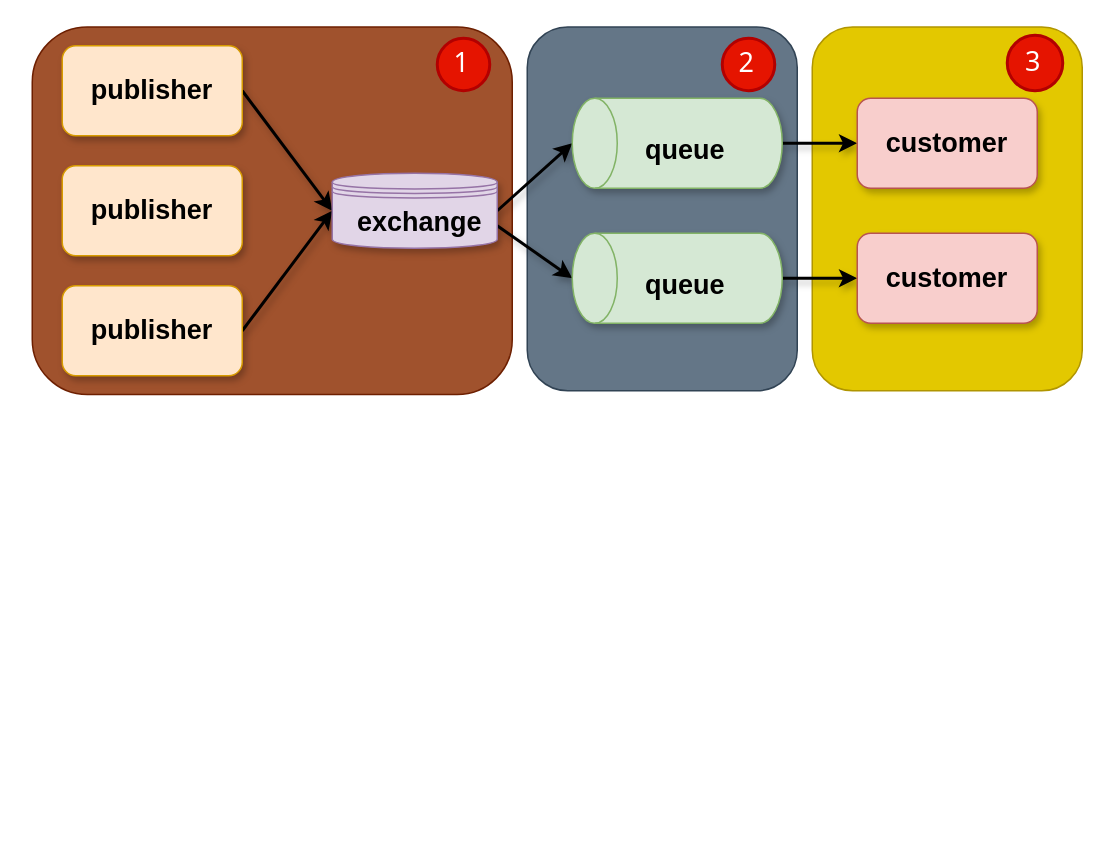
Before: RabbitMQ.drawio in C-wx/MindManager, a draw.io diagram. Source tidied: cells renumbered, new cells numbered last; positions are measured from the earlier drawing's top-left corner, leaving out a move shared by most shapes. Both pictures are drawn from the tidied source at 150%, with x=0, y=0 at pixel (32, 27). Pictures stored in the file or linked from it are replaced by grey dashed boxes.
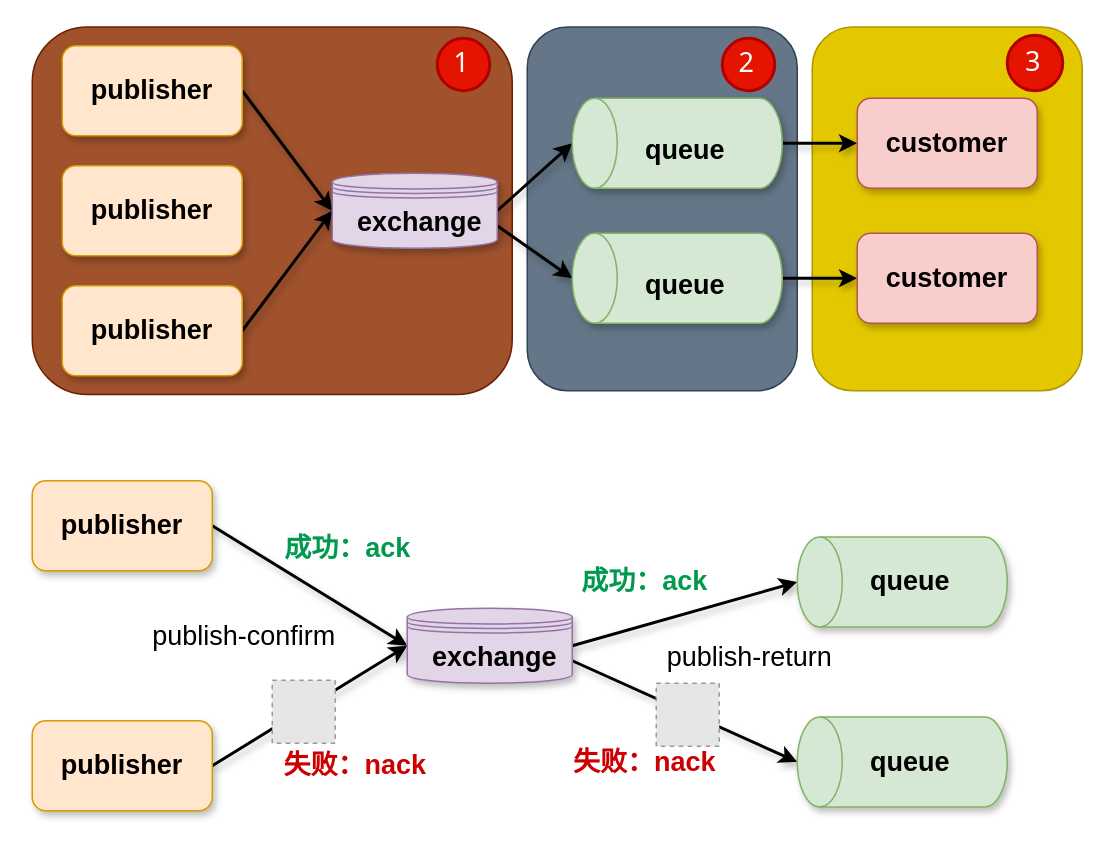
The same page after the edit.

Diff of the diagram source:
```diff
@@
+    <mxCell id="25" style="rounded=0;jettySize=auto;html=1;exitX=1;exitY=0.5;exitDx=0;exitDy=0;entryX=0;entryY=0.5;entryDx=0;entryDy=0;fontFamily=JetBrains Mono;fontSize=18;strokeWidth=2;shadow=1;sketch=0;" parent="1" edge="1" source="27" target="33">
+      <mxGeometry relative="1" as="geometry" />
+    </mxCell>
+    <mxCell id="26" value="publish-confirm" style="edgeLabel;html=1;align=center;verticalAlign=middle;fontSize=18;fontFamily=JetBrains Mono;" parent="25" vertex="1">
+      <mxGeometry x="-0.22" y="1" relative="1" as="geometry">
+        <mxPoint x="-31" y="43" as="offset" />
+      </mxGeometry>
+    </mxCell>
+    <mxCell id="27" value="publisher" style="rounded=1;whiteSpace=wrap;html=1;fontFamily=JetBrains Mono;fontSize=18;fontStyle=1;sketch=0;fillColor=#ffe6cc;strokeColor=#d79b00;shadow=1;" parent="1" vertex="1">
+      <mxGeometry y="302" width="120" height="60" as="geometry" />
+    </mxCell>
+    <mxCell id="28" style="edgeStyle=none;rounded=0;sketch=0;jettySize=auto;html=1;exitX=1;exitY=0.5;exitDx=0;exitDy=0;entryX=0;entryY=0.5;entryDx=0;entryDy=0;shadow=1;fontFamily=JetBrains Mono;fontSize=18;fontColor=#000000;strokeWidth=2;" parent="1" edge="1" source="29" target="33">
+      <mxGeometry relative="1" as="geometry" />
+    </mxCell>
+    <mxCell id="29" value="publisher" style="rounded=1;whiteSpace=wrap;html=1;fontFamily=JetBrains Mono;fontSize=18;fontStyle=1;sketch=0;fillColor=#ffe6cc;strokeColor=#d79b00;shadow=1;" parent="1" vertex="1">
+      <mxGeometry y="462" width="120" height="60" as="geometry" />
+    </mxCell>
+    <mxCell id="30" style="edgeStyle=none;rounded=0;jettySize=auto;html=1;exitX=1;exitY=0.5;exitDx=0;exitDy=0;fontFamily=JetBrains Mono;fontSize=18;entryX=0.5;entryY=0;entryDx=0;entryDy=0;entryPerimeter=0;strokeWidth=2;shadow=1;sketch=0;" parent="1" edge="1" source="33" target="34">
+      <mxGeometry relative="1" as="geometry" />
+    </mxCell>
+    <mxCell id="31" value="publish-return" style="edgeLabel;html=1;align=center;verticalAlign=middle;fontSize=18;fontFamily=JetBrains Mono;fontColor=#000000;" parent="30" vertex="1">
+      <mxGeometry x="-0.39" relative="1" as="geometry">
+        <mxPoint x="71" y="21" as="offset" />
+      </mxGeometry>
+    </mxCell>
+    <mxCell id="32" style="edgeStyle=none;rounded=0;jettySize=auto;html=1;exitX=1;exitY=0.7;exitDx=0;exitDy=0;entryX=0.5;entryY=0;entryDx=0;entryDy=0;entryPerimeter=0;fontFamily=JetBrains Mono;fontSize=18;strokeWidth=2;shadow=1;sketch=0;" parent="1" edge="1" source="33" target="36">
+      <mxGeometry relative="1" as="geometry" />
+    </mxCell>
+    <mxCell id="33" style="shape=datastore;whiteSpace=wrap;html=1;rounded=1;shadow=1;glass=0;labelBackgroundColor=#ffffff;sketch=0;disableMultiStroke=0;disableMultiStrokeFill=0;fontFamily=JetBrains Mono;fontSize=14;fillColor=#e1d5e7;verticalAlign=middle;strokeColor=#9673a6;" parent="1" vertex="1">
+      <mxGeometry x="250" y="387" width="110" height="50" as="geometry" />
+    </mxCell>
+    <mxCell id="34" style="shape=cylinder3;whiteSpace=wrap;html=1;boundedLbl=1;backgroundOutline=1;size=15;sketch=0;fontFamily=JetBrains Mono;fontSize=18;rotation=-90;fillColor=#d5e8d4;strokeColor=#82b366;shadow=1;" parent="1" vertex="1">
+      <mxGeometry x="550" y="299.5" width="60" height="140" as="geometry" />
+    </mxCell>
+    <mxCell id="35" value="&lt;b&gt;queue&lt;/b&gt;" style="text;html=1;align=center;verticalAlign=middle;strokeColor=none;fillColor=none;fontSize=18;fontFamily=JetBrains Mono;shadow=1;sketch=0;" parent="1" vertex="1">
+      <mxGeometry x="550" y="354" width="70" height="30" as="geometry" />
+    </mxCell>
+    <mxCell id="36" style="shape=cylinder3;whiteSpace=wrap;html=1;boundedLbl=1;backgroundOutline=1;size=15;sketch=0;fontFamily=JetBrains Mono;fontSize=18;rotation=-90;fillColor=#d5e8d4;strokeColor=#82b366;shadow=1;" parent="1" vertex="1">
+      <mxGeometry x="550" y="419.5" width="60" height="140" as="geometry" />
+    </mxCell>
+    <mxCell id="37" value="&lt;b&gt;queue&lt;/b&gt;" style="text;html=1;align=center;verticalAlign=middle;strokeColor=none;fillColor=none;fontSize=18;fontFamily=JetBrains Mono;shadow=1;sketch=0;" parent="1" vertex="1">
+      <mxGeometry x="550" y="474.5" width="70" height="30" as="geometry" />
+    </mxCell>
+    <mxCell id="38" value="&lt;b&gt;exchange&lt;/b&gt;" style="text;html=1;align=center;verticalAlign=middle;strokeColor=none;fillColor=none;fontSize=18;fontFamily=JetBrains Mono;" parent="1" vertex="1">
+      <mxGeometry x="258" y="405" width="100" height="30" as="geometry" />
+    </mxCell>
+    <mxCell id="39" value="成功：ack" style="text;html=1;align=center;verticalAlign=middle;strokeColor=none;fillColor=none;fontSize=18;fontFamily=JetBrains Mono;fontColor=#00994D;fontStyle=1;" parent="1" vertex="1">
+      <mxGeometry x="160" y="332" width="100" height="30" as="geometry" />
+    </mxCell>
+    <mxCell id="40" value="失败：nack" style="text;html=1;align=center;verticalAlign=middle;strokeColor=none;fillColor=none;fontSize=18;fontFamily=JetBrains Mono;fontColor=#CC0000;fontStyle=1;" parent="1" vertex="1">
+      <mxGeometry x="160" y="477" width="110" height="30" as="geometry" />
+    </mxCell>
+    <mxCell id="41" value="成功：ack" style="text;html=1;align=center;verticalAlign=middle;strokeColor=none;fillColor=none;fontSize=18;fontFamily=JetBrains Mono;fontColor=#00994D;fontStyle=1;" parent="1" vertex="1">
+      <mxGeometry x="358" y="354" width="100" height="30" as="geometry" />
+    </mxCell>
+    <mxCell id="42" value="失败：nack" style="text;html=1;align=center;verticalAlign=middle;strokeColor=none;fillColor=none;fontSize=18;fontFamily=JetBrains Mono;fontColor=#CC0000;fontStyle=1;" parent="1" vertex="1">
+      <mxGeometry x="353" y="474.5" width="110" height="30" as="geometry" />
+    </mxCell>
+    <mxCell id="43" style="fillColor=#E6E6E6;strokeColor=#999999;dashed=1;html=1;verticalAlign=top;verticalLabelPosition=bottom;labelBackgroundColor=#ffffff;fontFamily=JetBrains Mono;fontSize=18;fontColor=#CC0000;" parent="1" vertex="1">
+      <mxGeometry x="416" y="437" width="42" height="42" as="geometry" />
+    </mxCell>
+    <mxCell id="44" style="fillColor=#E6E6E6;strokeColor=#999999;dashed=1;html=1;verticalAlign=top;verticalLabelPosition=bottom;labelBackgroundColor=#ffffff;fontFamily=JetBrains Mono;fontSize=18;fontColor=#CC0000;" parent="1" vertex="1">
+      <mxGeometry x="160" y="435" width="42" height="42" as="geometry" />
+    </mxCell>
```
